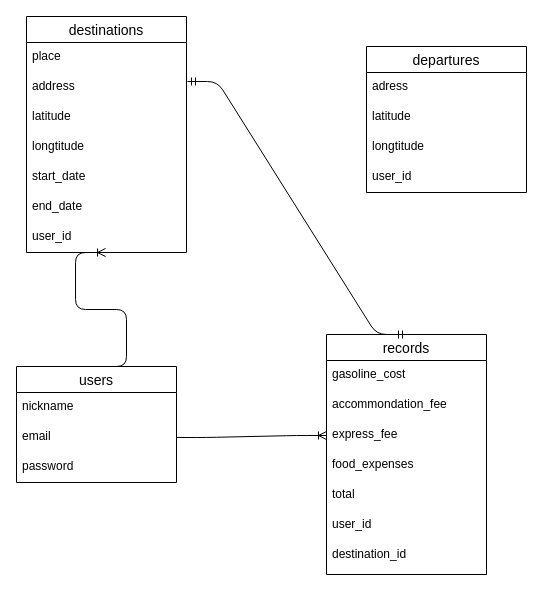
This is travel_memory.dio from sken100627/travel_memory, a draw.io file, before an edit. Source tidied: cells renumbered, new cells numbered last; positions are measured from the earlier drawing's top-left corner, leaving out a move shared by most shapes. Both pictures are drawn from the tidied source at 100%, with x=0, y=0 at pixel (16, 16).
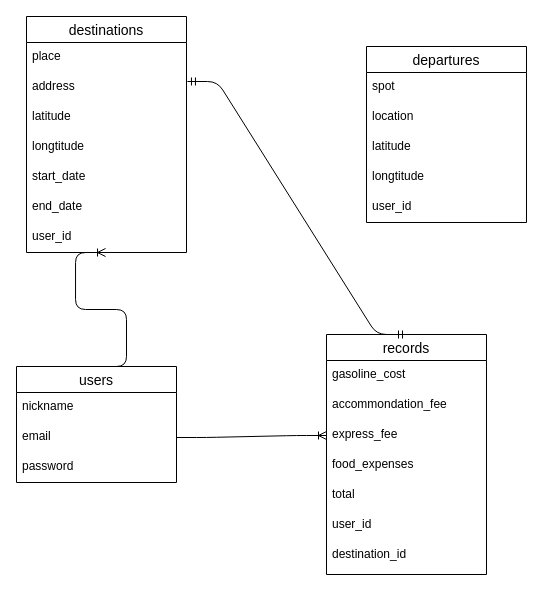
Above is the later version.

Diff of the diagram source:
```diff
@@
     <mxCell id="25" value="departures" style="swimlane;fontStyle=0;horizontal=1;startSize=26;align=center;fontSize=14;" parent="1" vertex="1">
-      <mxGeometry x="350" y="30" width="160" height="146" as="geometry" />
+      <mxGeometry x="350" y="30" width="160" height="176" as="geometry" />
     </mxCell>
+    <mxCell id="30" value="spot" style="text;strokeColor=none;fillColor=none;spacingLeft=4;spacingRight=4;overflow=hidden;fontSize=12;" parent="25" vertex="1">
+      <mxGeometry y="26" width="160" height="30" as="geometry" />
+    </mxCell>
-    <mxCell id="26" value="adress&#10;" style="text;strokeColor=none;fillColor=none;spacingLeft=4;spacingRight=4;overflow=hidden;fontSize=12;" parent="25" vertex="1">
-      <mxGeometry y="26" width="160" height="30" as="geometry" />
+    <mxCell id="26" value="location" style="text;strokeColor=none;fillColor=none;spacingLeft=4;spacingRight=4;overflow=hidden;fontSize=12;" parent="25" vertex="1">
+      <mxGeometry y="56" width="160" height="30" as="geometry" />
     </mxCell>
     <mxCell id="27" value="latitude&#10;" style="text;strokeColor=none;fillColor=none;spacingLeft=4;spacingRight=4;overflow=hidden;fontSize=12;" parent="25" vertex="1">
-      <mxGeometry y="56" width="160" height="30" as="geometry" />
+      <mxGeometry y="86" width="160" height="30" as="geometry" />
     </mxCell>
     <mxCell id="28" value="longtitude" style="text;strokeColor=none;fillColor=none;spacingLeft=4;spacingRight=4;overflow=hidden;fontSize=12;" parent="25" vertex="1">
-      <mxGeometry y="86" width="160" height="30" as="geometry" />
+      <mxGeometry y="116" width="160" height="30" as="geometry" />
     </mxCell>
     <mxCell id="29" value="user_id" style="text;strokeColor=none;fillColor=none;spacingLeft=4;spacingRight=4;overflow=hidden;fontSize=12;" parent="25" vertex="1">
-      <mxGeometry y="116" width="160" height="30" as="geometry" />
+      <mxGeometry y="146" width="160" height="30" as="geometry" />
     </mxCell>
```
